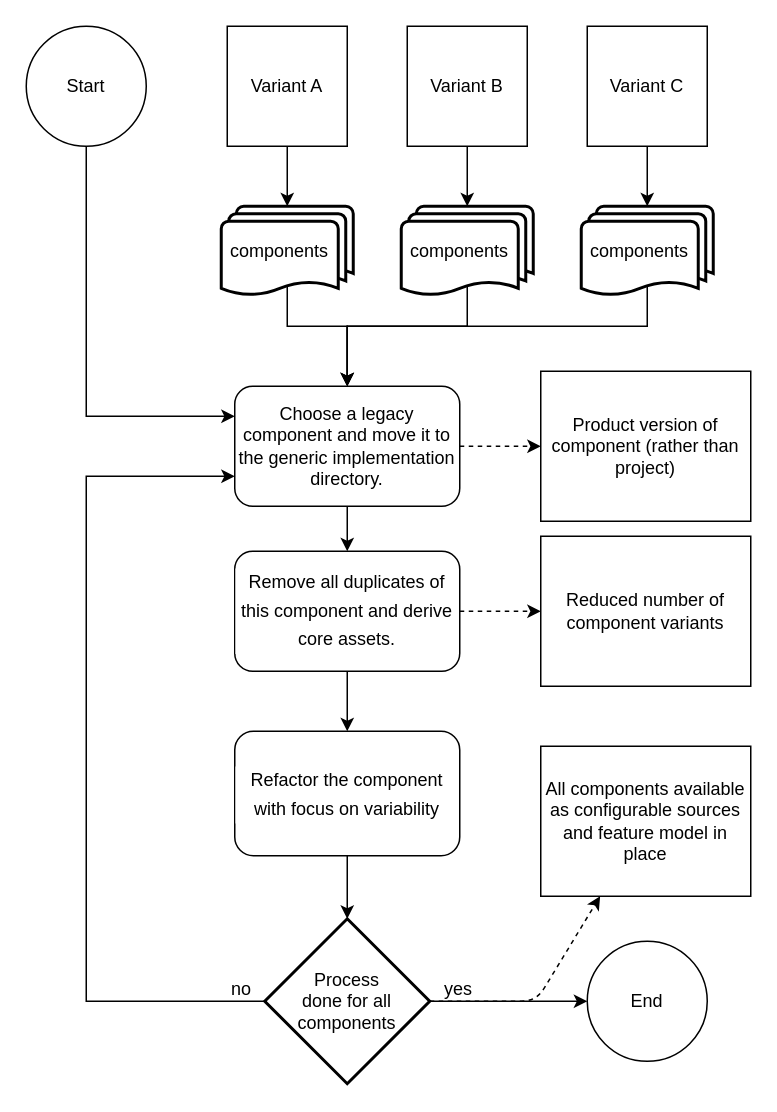
Before: paper/images/step2-modularization-flow.drawio in avengineers/SPLC2022, a draw.io diagram. Source tidied: cells renumbered, new cells numbered last; positions are measured from the earlier drawing's top-left corner, leaving out a move shared by most shapes. Both pictures are drawn from the tidied source at 150%, with x=0, y=0 at pixel (26, 26).
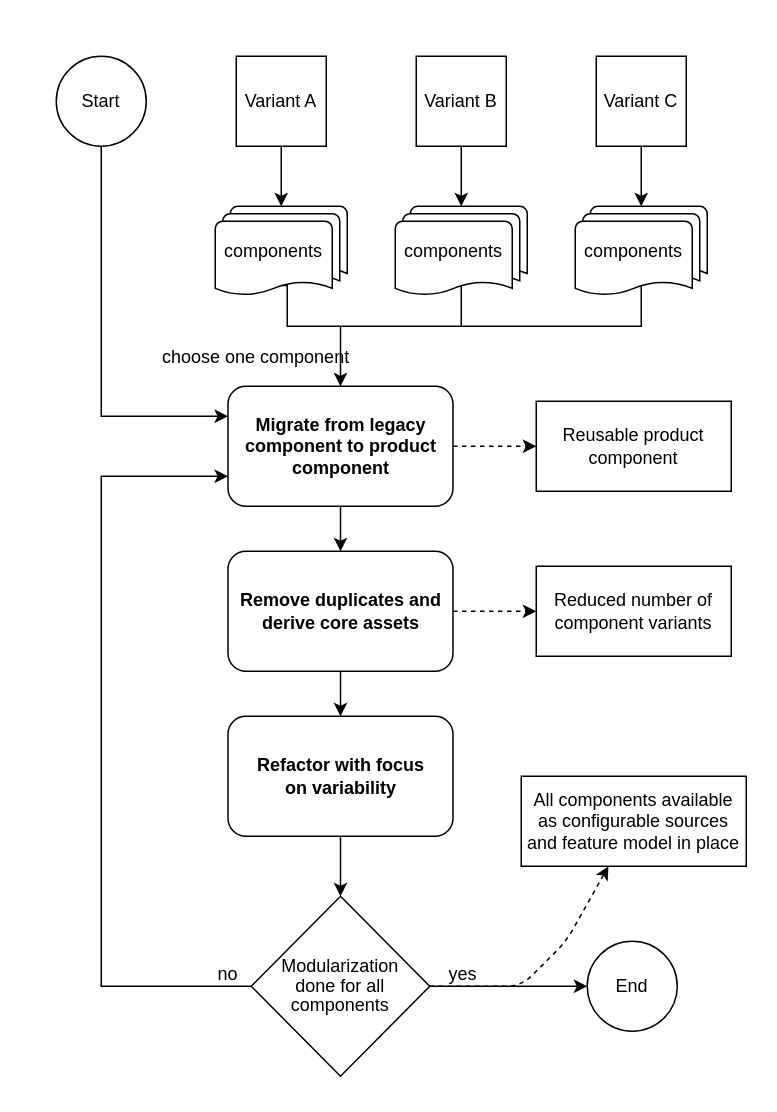
The same diagram, later.

Change to the diagram source:
```diff
@@
     <mxCell id="3" value="Variant A" style="whiteSpace=wrap;html=1;fontFamily=Linux Libertine;" parent="1" vertex="1">
-      <mxGeometry x="134" width="80" height="80" as="geometry" />
+      <mxGeometry x="140" y="20" width="60" height="60" as="geometry" />
     </mxCell>
@@
     <mxCell id="5" value="Variant B" style="whiteSpace=wrap;html=1;fontFamily=Linux Libertine;" parent="1" vertex="1">
-      <mxGeometry x="254" width="80" height="80" as="geometry" />
+      <mxGeometry x="260" y="20" width="60" height="60" as="geometry" />
     </mxCell>
@@
     <mxCell id="7" value="Variant C" style="whiteSpace=wrap;html=1;fontFamily=Linux Libertine;" parent="1" vertex="1">
-      <mxGeometry x="374" width="80" height="80" as="geometry" />
+      <mxGeometry x="380" y="20" width="60" height="60" as="geometry" />
     </mxCell>
     <mxCell id="8" style="edgeStyle=orthogonalEdgeStyle;rounded=0;jettySize=auto;html=1;exitX=0.5;exitY=0.88;exitDx=0;exitDy=0;exitPerimeter=0;entryX=0.5;entryY=0;entryDx=0;entryDy=0;fontFamily=Linux Libertine;fontSize=12;fontColor=default;" parent="1" edge="1" source="9" target="16">
       <mxGeometry relative="1" as="geometry">
         <Array as="points">
+          <mxPoint x="174" y="173" />
           <mxPoint x="174" y="200" />
-          <mxPoint x="214" y="200" />
+          <mxPoint x="210" y="200" />
+          <mxPoint x="210" y="240" />
         </Array>
       </mxGeometry>
     </mxCell>
-    <mxCell id="9" value="components&amp;nbsp; &amp;nbsp;" style="strokeWidth=2;html=1;shape=mxgraph.flowchart.multi-document;whiteSpace=wrap;fontFamily=Linux Libertine;" parent="1" vertex="1">
-      <mxGeometry x="130" y="120" width="88" height="60" as="geometry" />
+    <mxCell id="9" value="components&amp;nbsp; &amp;nbsp;" style="strokeWidth=1;html=1;shape=mxgraph.flowchart.multi-document;whiteSpace=wrap;fontFamily=Linux Libertine;" parent="1" vertex="1">
+      <mxGeometry x="126" y="120" width="88" height="60" as="geometry" />
     </mxCell>
-    <mxCell id="10" style="edgeStyle=orthogonalEdgeStyle;rounded=0;jettySize=auto;html=1;exitX=0.5;exitY=0.88;exitDx=0;exitDy=0;exitPerimeter=0;entryX=0.5;entryY=0;entryDx=0;entryDy=0;fontFamily=Linux Libertine;fontSize=12;fontColor=default;" parent="1" edge="1" source="11" target="16">
-      <mxGeometry relative="1" as="geometry">
-        <Array as="points">
-          <mxPoint x="294" y="200" />
-          <mxPoint x="214" y="200" />
-        </Array>
-      </mxGeometry>
-    </mxCell>
-    <mxCell id="11" value="components&amp;nbsp; &amp;nbsp;" style="strokeWidth=2;html=1;shape=mxgraph.flowchart.multi-document;whiteSpace=wrap;fontFamily=Linux Libertine;" parent="1" vertex="1">
-      <mxGeometry x="250" y="120" width="88" height="60" as="geometry" />
+    <mxCell id="11" value="components&amp;nbsp; &amp;nbsp;" style="strokeWidth=1;html=1;shape=mxgraph.flowchart.multi-document;whiteSpace=wrap;fontFamily=Linux Libertine;" parent="1" vertex="1">
+      <mxGeometry x="246" y="120" width="88" height="60" as="geometry" />
     </mxCell>
-    <mxCell id="12" style="edgeStyle=orthogonalEdgeStyle;rounded=0;jettySize=auto;html=1;exitX=0.5;exitY=0.88;exitDx=0;exitDy=0;exitPerimeter=0;fontFamily=Linux Libertine;fontSize=12;fontColor=default;" parent="1" edge="1" source="13" target="16">
-      <mxGeometry relative="1" as="geometry">
-        <Array as="points">
-          <mxPoint x="414" y="200" />
-          <mxPoint x="214" y="200" />
-        </Array>
-      </mxGeometry>
-    </mxCell>
-    <mxCell id="13" value="components&amp;nbsp; &amp;nbsp;" style="strokeWidth=2;html=1;shape=mxgraph.flowchart.multi-document;whiteSpace=wrap;fontFamily=Linux Libertine;" parent="1" vertex="1">
-      <mxGeometry x="370" y="120" width="88" height="60" as="geometry" />
+    <mxCell id="13" value="components&amp;nbsp; &amp;nbsp;" style="strokeWidth=1;html=1;shape=mxgraph.flowchart.multi-document;whiteSpace=wrap;fontFamily=Linux Libertine;" parent="1" vertex="1">
+      <mxGeometry x="366" y="120" width="88" height="60" as="geometry" />
     </mxCell>
@@
-    <mxCell id="16" value="Choose a legacy component and move it to the generic implementation directory." style="rounded=1;whiteSpace=wrap;html=1;fontFamily=Linux Libertine;" parent="1" vertex="1">
-      <mxGeometry x="139" y="240" width="150" height="80" as="geometry" />
+    <mxCell id="16" value="&lt;b&gt;Migrate from legacy component to product component&lt;/b&gt;" style="rounded=1;whiteSpace=wrap;html=1;fontFamily=Linux Libertine;" parent="1" vertex="1">
+      <mxGeometry x="134.5" y="240" width="150" height="80" as="geometry" />
     </mxCell>
@@
     <mxCell id="18" value="Start" style="ellipse;whiteSpace=wrap;html=1;rounded=1;fontFamily=Linux Libertine;" parent="1" vertex="1">
-      <mxGeometry width="80" height="80" as="geometry" />
+      <mxGeometry x="20" y="20" width="60" height="60" as="geometry" />
     </mxCell>
@@
-    <mxCell id="20" value="&lt;div style=&quot;background-color: rgb(255, 255, 255); line-height: 19px;&quot;&gt;Refactor the component with focus on variability&lt;br&gt;&lt;/div&gt;" style="rounded=1;whiteSpace=wrap;html=1;fontSize=12;fontFamily=Linux Libertine;" parent="1" vertex="1">
-      <mxGeometry x="139" y="470" width="150" height="83" as="geometry" />
+    <mxCell id="20" value="&lt;div style=&quot;background-color: rgb(255, 255, 255); line-height: 1.2;&quot;&gt;&lt;b&gt;Refactor with focus&lt;/b&gt;&lt;/div&gt;&lt;div style=&quot;background-color: rgb(255, 255, 255); line-height: 1.2;&quot;&gt;&lt;b&gt;on variability&lt;/b&gt;&lt;br&gt;&lt;/div&gt;" style="rounded=1;whiteSpace=wrap;html=1;fontSize=12;fontFamily=Linux Libertine;" parent="1" vertex="1">
+      <mxGeometry x="134.5" y="460" width="150" height="80" as="geometry" />
     </mxCell>
@@
     <mxCell id="22" style="edgeStyle=none;html=1;exitX=1;exitY=0.5;exitDx=0;exitDy=0;exitPerimeter=0;dashed=1;strokeColor=#000000;fontFamily=Linux Libertine;" parent="1" edge="1" source="23" target="32">
       <mxGeometry relative="1" as="geometry">
         <Array as="points">
-          <mxPoint x="340" y="650" />
+          <mxPoint x="330" y="640" />
+          <mxPoint x="360" y="610" />
         </Array>
       </mxGeometry>
     </mxCell>
-    <mxCell id="23" value="Process&lt;br&gt;done for all&lt;br&gt;components" style="strokeWidth=2;html=1;shape=mxgraph.flowchart.decision;whiteSpace=wrap;rounded=1;labelBackgroundColor=none;fontFamily=Linux Libertine;fontSize=12;fontColor=default;" parent="1" vertex="1">
-      <mxGeometry x="159" y="595" width="110" height="110" as="geometry" />
+    <mxCell id="23" value="&lt;p style=&quot;line-height: 1.1;&quot;&gt;Modularization&lt;br&gt;done for all&lt;br&gt;components&lt;/p&gt;" style="strokeWidth=1;html=1;shape=mxgraph.flowchart.decision;whiteSpace=wrap;rounded=1;labelBackgroundColor=none;fontFamily=Linux Libertine;fontSize=12;fontColor=default;" parent="1" vertex="1">
+      <mxGeometry x="150" y="580" width="119" height="120" as="geometry" />
     </mxCell>
     <mxCell id="24" value="End" style="ellipse;whiteSpace=wrap;html=1;rounded=1;fontFamily=Linux Libertine;" parent="1" vertex="1">
-      <mxGeometry x="374" y="610" width="80" height="80" as="geometry" />
+      <mxGeometry x="374" y="610" width="60" height="60" as="geometry" />
     </mxCell>
     <mxCell id="25" style="endArrow=classic;html=1;rounded=0;fontFamily=Linux Libertine;fontSize=12;fontColor=default;exitX=0;exitY=0.5;exitDx=0;exitDy=0;exitPerimeter=0;entryX=0;entryY=0.75;entryDx=0;entryDy=0;" parent="1" edge="1" source="23" target="16">
       <mxGeometry relative="1" as="geometry">
         <Array as="points">
-          <mxPoint x="40" y="650" />
-          <mxPoint x="40" y="300" />
+          <mxPoint x="50" y="640" />
+          <mxPoint x="50" y="300" />
         </Array>
       </mxGeometry>
     </mxCell>
@@
-    <mxCell id="27" value="&lt;span style=&quot;&quot;&gt;Product version of component (rather than project)&lt;/span&gt;" style="rounded=0;whiteSpace=wrap;html=1;labelBackgroundColor=none;fontFamily=Linux Libertine;fontSize=12;fontColor=default;" parent="1" vertex="1">
-      <mxGeometry x="343" y="230" width="140" height="100" as="geometry" />
+    <mxCell id="27" value="&lt;span style=&quot;&quot;&gt;Reusable product component&lt;/span&gt;" style="rounded=0;whiteSpace=wrap;html=1;labelBackgroundColor=none;fontFamily=Linux Libertine;fontSize=12;fontColor=default;" parent="1" vertex="1">
+      <mxGeometry x="340" y="250" width="130" height="60" as="geometry" />
     </mxCell>
@@
-    <mxCell id="29" value="&lt;div style=&quot;background-color: rgb(255, 255, 255); line-height: 19px;&quot;&gt;Remove all duplicates of this component and derive core assets.&lt;br&gt;&lt;/div&gt;" style="rounded=1;whiteSpace=wrap;html=1;fontSize=12;fontFamily=Linux Libertine;" parent="1" vertex="1">
-      <mxGeometry x="139" y="350" width="150" height="80" as="geometry" />
+    <mxCell id="29" value="&lt;div style=&quot;background-color: rgb(255, 255, 255); line-height: 1.2;&quot;&gt;&lt;b&gt;Remove duplicates and&lt;/b&gt;&lt;/div&gt;&lt;div style=&quot;background-color: rgb(255, 255, 255); line-height: 1.2;&quot;&gt;&lt;b&gt;derive core assets&lt;/b&gt;&lt;br&gt;&lt;/div&gt;" style="rounded=1;whiteSpace=wrap;html=1;fontSize=12;fontFamily=Linux Libertine;" parent="1" vertex="1">
+      <mxGeometry x="134.5" y="350" width="150" height="80" as="geometry" />
     </mxCell>
@@
     <mxCell id="31" value="Reduced number of component variants" style="rounded=0;whiteSpace=wrap;html=1;labelBackgroundColor=none;fontFamily=Linux Libertine;fontSize=12;fontColor=default;" parent="1" vertex="1">
-      <mxGeometry x="343" y="340" width="140" height="100" as="geometry" />
+      <mxGeometry x="340" y="360" width="130" height="60" as="geometry" />
     </mxCell>
     <mxCell id="32" value="All components available as configurable sources and feature model in place" style="rounded=0;whiteSpace=wrap;html=1;labelBackgroundColor=none;fontFamily=Linux Libertine;fontSize=12;fontColor=default;" parent="1" vertex="1">
-      <mxGeometry x="343" y="480" width="140" height="100" as="geometry" />
+      <mxGeometry x="330" y="500" width="150" height="60" as="geometry" />
     </mxCell>
     <mxCell id="33" value="yes" style="edgeLabel;html=1;align=left;verticalAlign=bottom;rounded=1;labelBackgroundColor=none;fontFamily=Linux Libertine;fontSize=12;fontColor=default;" parent="1" vertex="1">
-      <mxGeometry x="277" y="650" as="geometry" />
+      <mxGeometry x="280" y="640" as="geometry" />
     </mxCell>
+    <mxCell id="34" value="choose one component" style="edgeLabel;html=1;align=left;verticalAlign=bottom;rounded=1;labelBackgroundColor=none;fontFamily=Linux Libertine;fontSize=12;fontColor=default;" parent="1" vertex="1">
+      <mxGeometry x="89" y="229" as="geometry" />
+    </mxCell>
+    <mxCell id="35" style="endArrow=none;html=1;rounded=0;entryX=0.5;entryY=0.88;entryDx=0;entryDy=0;entryPerimeter=0;" parent="1" edge="1" target="11">
+      <mxGeometry relative="1" as="geometry">
+        <mxPoint x="210" y="200" as="sourcePoint" />
+        <Array as="points">
+          <mxPoint x="290" y="200" />
+        </Array>
+      </mxGeometry>
+    </mxCell>
+    <mxCell id="36" style="endArrow=none;html=1;rounded=0;entryX=0.5;entryY=0.88;entryDx=0;entryDy=0;entryPerimeter=0;" parent="1" edge="1" target="13">
+      <mxGeometry relative="1" as="geometry">
+        <mxPoint x="290" y="200" as="sourcePoint" />
+        <Array as="points">
+          <mxPoint x="410" y="200" />
+        </Array>
+      </mxGeometry>
+    </mxCell>
```
